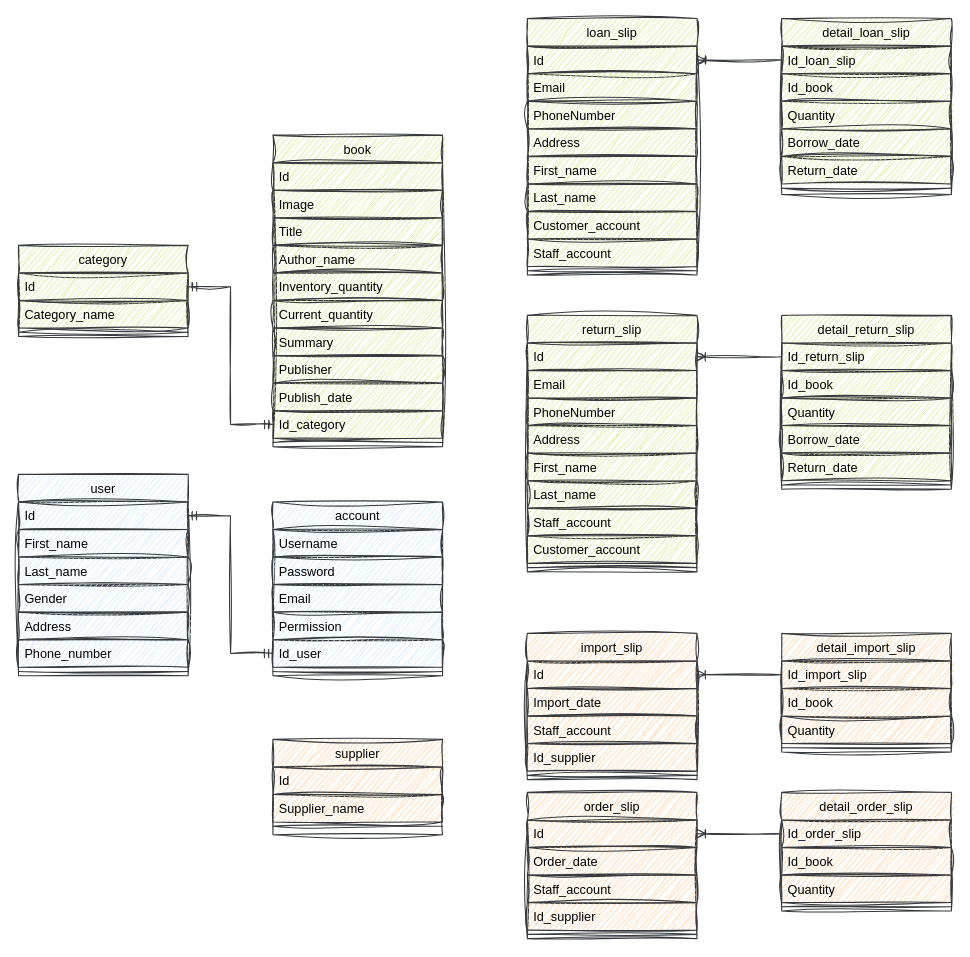
Earlier version of the draw.io diagram DB.drawio (NguyenZuy/MicroService_LibraryManagement). Source tidied: cells renumbered, new cells numbered last; positions are measured from the earlier drawing's top-left corner, leaving out a move shared by most shapes. Both pictures are drawn from the tidied source at 106%, with x=0, y=0 at pixel (18, 18).
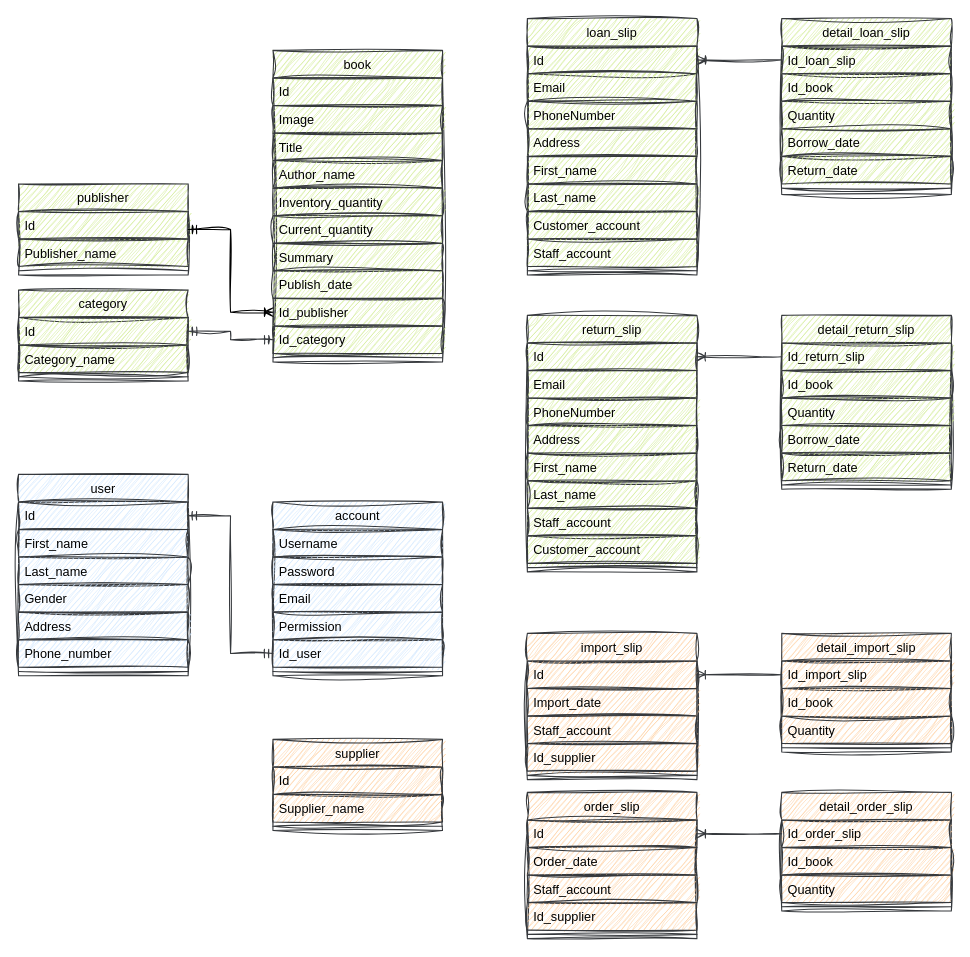
The same diagram, later.

Diff of the diagram source:
```diff
@@
     <mxCell id="9" value="book" style="swimlane;fontStyle=0;align=center;verticalAlign=top;horizontal=1;startSize=26;rounded=0;shadow=0;strokeWidth=1;labelBackgroundColor=none;fillColor=#cdeb8b;strokeColor=#36393d;sketch=1;curveFitting=1;jiggle=2;" parent="1" vertex="1">
-      <mxGeometry x="240" y="110" width="160" height="294" as="geometry" />
+      <mxGeometry x="240" y="30" width="160" height="294" as="geometry" />
     </mxCell>
@@
+    <mxCell id="18" value="Publish_date" style="text;align=left;verticalAlign=top;spacingLeft=4;spacingRight=4;overflow=hidden;rounded=0;shadow=0;html=0;labelBackgroundColor=none;fillColor=#cdeb8b;strokeColor=#36393d;sketch=1;curveFitting=1;jiggle=2;" parent="9" vertex="1">
+      <mxGeometry y="208" width="160" height="26" as="geometry" />
+    </mxCell>
-    <mxCell id="17" value="Publisher" style="text;align=left;verticalAlign=top;spacingLeft=4;spacingRight=4;overflow=hidden;points=[[0,0.5],[1,0.5]];portConstraint=eastwest;rounded=0;shadow=0;html=0;labelBackgroundColor=none;fillColor=#cdeb8b;strokeColor=#36393d;sketch=1;curveFitting=1;jiggle=2;" parent="9" vertex="1">
-      <mxGeometry y="208" width="160" height="26" as="geometry" />
+    <mxCell id="17" value="Id_publisher" style="text;align=left;verticalAlign=top;spacingLeft=4;spacingRight=4;overflow=hidden;points=[[0,0.5],[1,0.5]];portConstraint=eastwest;rounded=0;shadow=0;html=0;labelBackgroundColor=none;fillColor=#cdeb8b;strokeColor=#36393d;sketch=1;curveFitting=1;jiggle=2;" parent="9" vertex="1">
+      <mxGeometry y="234" width="160" height="26" as="geometry" />
     </mxCell>
-    <mxCell id="18" value="Publish_date" style="text;align=left;verticalAlign=top;spacingLeft=4;spacingRight=4;overflow=hidden;rounded=0;shadow=0;html=0;labelBackgroundColor=none;fillColor=#cdeb8b;strokeColor=#36393d;sketch=1;curveFitting=1;jiggle=2;" parent="9" vertex="1">
-      <mxGeometry y="234" width="160" height="26" as="geometry" />
-    </mxCell>
@@
     <mxCell id="31" value="category" style="swimlane;fontStyle=0;align=center;verticalAlign=top;horizontal=1;startSize=26;rounded=0;shadow=0;strokeWidth=1;labelBackgroundColor=none;fillColor=#cdeb8b;strokeColor=#36393d;sketch=1;curveFitting=1;jiggle=2;" parent="1" vertex="1">
-      <mxGeometry y="214" width="160" height="86" as="geometry" />
+      <mxGeometry y="256" width="160" height="86" as="geometry" />
     </mxCell>
@@
     <mxCell id="71" value="supplier" style="swimlane;fontStyle=0;align=center;verticalAlign=top;horizontal=1;startSize=26;rounded=0;shadow=0;strokeWidth=1;labelBackgroundColor=none;fillColor=#ffcc99;strokeColor=#36393d;sketch=1;curveFitting=1;jiggle=2;" parent="1" vertex="1">
-      <mxGeometry x="240" y="680" width="160" height="90" as="geometry" />
+      <mxGeometry x="240" y="680" width="160" height="86" as="geometry" />
     </mxCell>
@@
+    <mxCell id="99" value="publisher" style="swimlane;fontStyle=0;align=center;verticalAlign=top;horizontal=1;startSize=26;rounded=0;shadow=0;strokeWidth=1;labelBackgroundColor=none;fillColor=#cdeb8b;strokeColor=#36393d;sketch=1;curveFitting=1;jiggle=2;" parent="1" vertex="1">
+      <mxGeometry y="156" width="160" height="86" as="geometry" />
+    </mxCell>
+    <mxCell id="100" value="Id" style="text;align=left;verticalAlign=top;spacingLeft=4;spacingRight=4;overflow=hidden;labelBackgroundColor=none;fillColor=#cdeb8b;strokeColor=#36393d;sketch=1;curveFitting=1;jiggle=2;" parent="99" vertex="1">
+      <mxGeometry y="26" width="160" height="26" as="geometry" />
+    </mxCell>
+    <mxCell id="101" value="Publisher_name" style="text;align=left;verticalAlign=top;spacingLeft=4;spacingRight=4;overflow=hidden;rounded=0;shadow=0;html=0;labelBackgroundColor=none;fillColor=#cdeb8b;strokeColor=#36393d;sketch=1;curveFitting=1;jiggle=2;" parent="99" vertex="1">
+      <mxGeometry y="52" width="160" height="26" as="geometry" />
+    </mxCell>
+    <mxCell id="102" style="line;html=1;strokeWidth=1;align=left;verticalAlign=middle;spacingTop=-1;spacingLeft=3;spacingRight=3;labelPosition=right;labelBackgroundColor=none;fillColor=#cdeb8b;strokeColor=#36393d;sketch=1;curveFitting=1;jiggle=2;" parent="99" vertex="1">
+      <mxGeometry y="78" width="160" height="8" as="geometry" />
+    </mxCell>
+    <mxCell id="103" style="edgeStyle=orthogonalEdgeStyle;rounded=0;sketch=1;hachureGap=4;jiggle=2;curveFitting=1;jettySize=auto;html=1;entryX=1;entryY=0.5;entryDx=0;entryDy=0;fontFamily=Architects Daughter;fontSize=16;endArrow=ERmandOne;endFill=0;startArrow=ERoneToMany;startFill=0;" parent="1" edge="1" source="17" target="99">
+      <mxGeometry relative="1" as="geometry" />
+    </mxCell>
```
